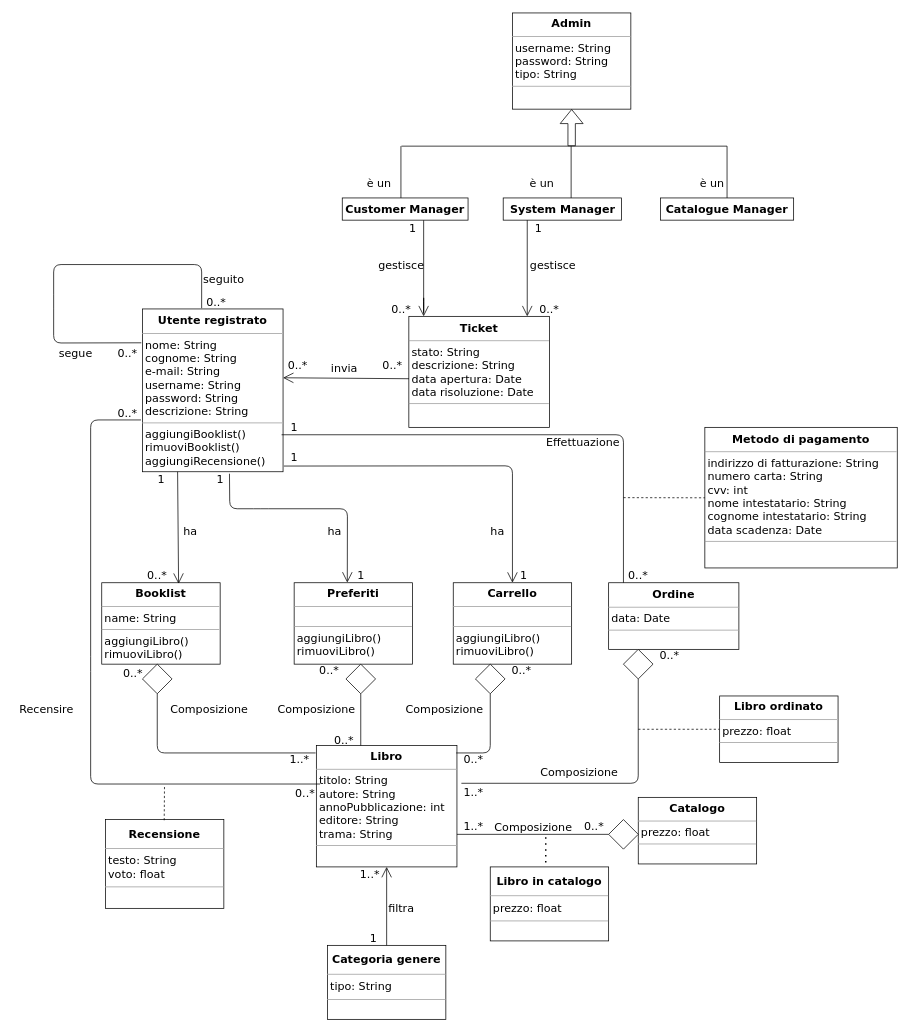
This is Documenti/RAD/modello_ad_oggetti/class_diagram.drawio from AleBarbados/NewSocialBookRepo, a draw.io file, before an edit. Source tidied: cells renumbered, new cells numbered last; positions are measured from the earlier drawing's top-left corner, leaving out a move shared by most shapes. Both pictures are drawn from the tidied source at 74%, with x=0, y=0 at pixel (13, 13).
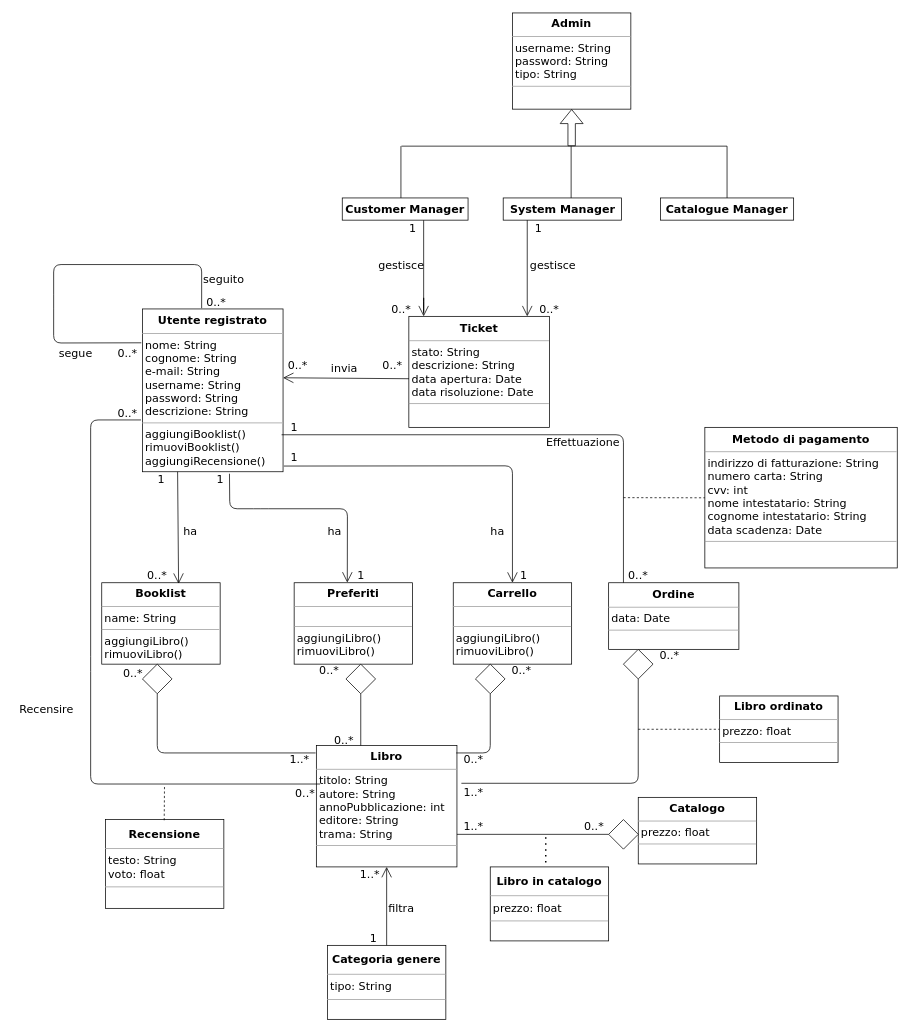
Above is the later version.

Diff of the diagram source:
```diff
@@
-    <mxCell id="87" value="&lt;font style=&quot;font-size: 15px&quot; face=&quot;Verdana&quot;&gt;è un&lt;/font&gt;" style="text;html=1;strokeColor=none;fillColor=none;align=center;verticalAlign=middle;whiteSpace=wrap;rounded=0;" parent="1" vertex="1">
-      <mxGeometry x="925" y="220" width="40" height="20" as="geometry" />
-    </mxCell>
-    <mxCell id="88" value="&lt;font style=&quot;font-size: 15px&quot; face=&quot;Verdana&quot;&gt;è un&lt;/font&gt;" style="text;html=1;strokeColor=none;fillColor=none;align=center;verticalAlign=middle;whiteSpace=wrap;rounded=0;" parent="1" vertex="1">
-      <mxGeometry x="695" y="220" width="40" height="20" as="geometry" />
-    </mxCell>
-    <mxCell id="89" value="&lt;font style=&quot;font-size: 15px&quot; face=&quot;Verdana&quot;&gt;è un&lt;/font&gt;" style="text;html=1;strokeColor=none;fillColor=none;align=center;verticalAlign=middle;whiteSpace=wrap;rounded=0;" parent="1" vertex="1">
-      <mxGeometry x="475" y="220" width="40" height="20" as="geometry" />
-    </mxCell>
@@
-    <mxCell id="91" value="&lt;font style=&quot;font-size: 15px&quot; face=&quot;Verdana&quot;&gt;Composizione&lt;/font&gt;" style="text;html=1;align=center;verticalAlign=middle;" parent="1" vertex="1">
-      <mxGeometry x="705" y="1016" width="120" height="20" as="geometry" />
-    </mxCell>
-    <mxCell id="92" value="&lt;font style=&quot;font-size: 15px&quot; face=&quot;Verdana&quot;&gt;Composizione&lt;/font&gt;" style="text;html=1;align=center;verticalAlign=middle;" parent="1" vertex="1">
-      <mxGeometry x="642.5" y="1090" width="120" height="20" as="geometry" />
-    </mxCell>
@@
-    <mxCell id="94" value="&lt;font style=&quot;font-size: 15px&quot; face=&quot;Verdana&quot;&gt;Composizione&lt;/font&gt;" style="text;html=1;align=center;verticalAlign=middle;" parent="1" vertex="1">
-      <mxGeometry x="350" y="930" width="120" height="20" as="geometry" />
-    </mxCell>
-    <mxCell id="95" value="&lt;font style=&quot;font-size: 15px&quot; face=&quot;Verdana&quot;&gt;Composizione&lt;/font&gt;" style="text;html=1;align=center;verticalAlign=middle;" parent="1" vertex="1">
-      <mxGeometry x="205" y="930" width="120" height="20" as="geometry" />
-    </mxCell>
-    <mxCell id="96" value="&lt;font style=&quot;font-size: 15px&quot; face=&quot;Verdana&quot;&gt;Composizione&lt;/font&gt;" style="text;html=1;align=center;verticalAlign=middle;" parent="1" vertex="1">
-      <mxGeometry x="522.5" y="930" width="120" height="20" as="geometry" />
-    </mxCell>
```
